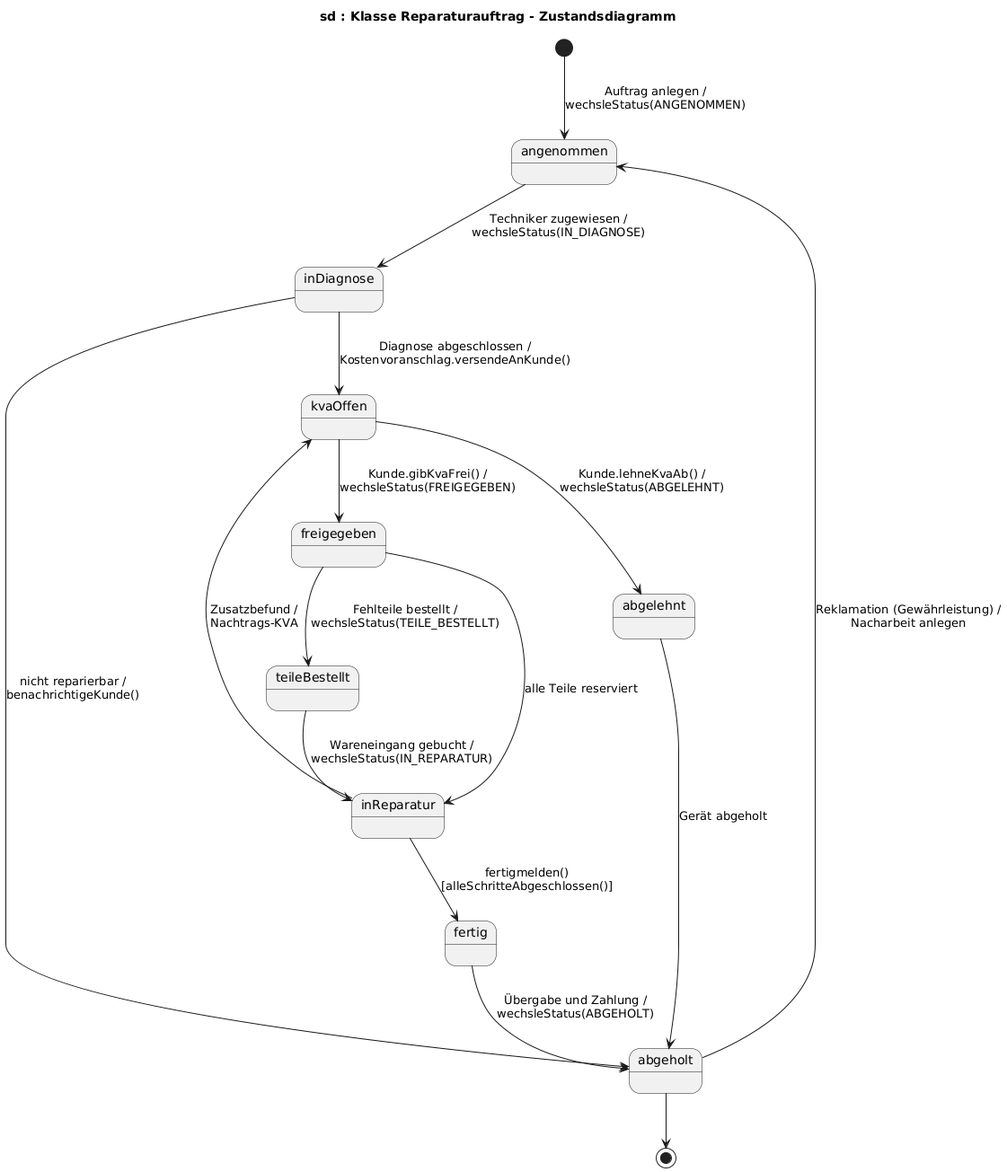
The PlantUML diagram uml/zustand-reparaturauftrag.png in jakobschwan123-cmd/casestudy-semester-3, before a commit.
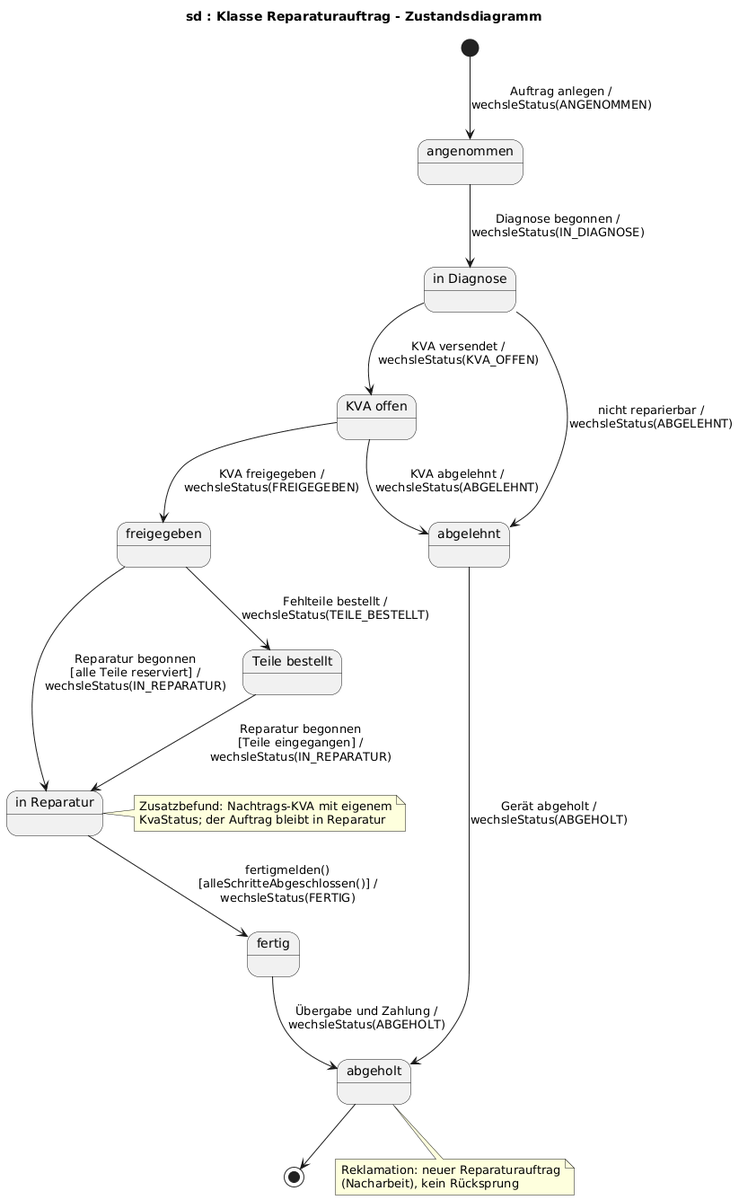
The same diagram one commit later.

The edit, as a diff of the source:
```diff
@@ -1,19 +1,34 @@
 @startuml
 title sd : Klasse Reparaturauftrag - Zustandsdiagramm
 skinparam defaultFontName Arial
+state "angenommen" as angenommen
+state "in Diagnose" as inDiagnose
+state "KVA offen" as kvaOffen
+state "freigegeben" as freigegeben
+state "abgelehnt" as abgelehnt
+state "Teile bestellt" as teileBestellt
+state "in Reparatur" as inReparatur
+state "fertig" as fertig
+state "abgeholt" as abgeholt
 [*] --> angenommen : Auftrag anlegen /\nwechsleStatus(ANGENOMMEN)
-angenommen --> inDiagnose : Techniker zugewiesen /\nwechsleStatus(IN_DIAGNOSE)
-inDiagnose --> kvaOffen : Diagnose abgeschlossen /\nKostenvoranschlag.versendeAnKunde()
-inDiagnose --> abgeholt : nicht reparierbar /\nbenachrichtigeKunde()
-kvaOffen --> freigegeben : Kunde.gibKvaFrei() /\nwechsleStatus(FREIGEGEBEN)
-kvaOffen --> abgelehnt : Kunde.lehneKvaAb() /\nwechsleStatus(ABGELEHNT)
+angenommen --> inDiagnose : Diagnose begonnen /\nwechsleStatus(IN_DIAGNOSE)
+inDiagnose --> kvaOffen : KVA versendet /\nwechsleStatus(KVA_OFFEN)
+inDiagnose --> abgelehnt : nicht reparierbar /\nwechsleStatus(ABGELEHNT)
+kvaOffen --> freigegeben : KVA freigegeben /\nwechsleStatus(FREIGEGEBEN)
+kvaOffen --> abgelehnt : KVA abgelehnt /\nwechsleStatus(ABGELEHNT)
 freigegeben --> teileBestellt : Fehlteile bestellt /\nwechsleStatus(TEILE_BESTELLT)
-freigegeben --> inReparatur : alle Teile reserviert
-teileBestellt --> inReparatur : Wareneingang gebucht /\nwechsleStatus(IN_REPARATUR)
-inReparatur --> kvaOffen : Zusatzbefund /\nNachtrags-KVA
-inReparatur --> fertig : fertigmelden()\n[alleSchritteAbgeschlossen()]
+freigegeben --> inReparatur : Reparatur begonnen\n[alle Teile reserviert] /\nwechsleStatus(IN_REPARATUR)
+teileBestellt --> inReparatur : Reparatur begonnen\n[Teile eingegangen] /\nwechsleStatus(IN_REPARATUR)
+inReparatur --> fertig : fertigmelden()\n[alleSchritteAbgeschlossen()] /\nwechsleStatus(FERTIG)
 fertig --> abgeholt : Übergabe und Zahlung /\nwechsleStatus(ABGEHOLT)
-abgelehnt --> abgeholt : Gerät abgeholt
-abgeholt --> angenommen : Reklamation (Gewährleistung) /\nNacharbeit anlegen
+abgelehnt --> abgeholt : Gerät abgeholt /\nwechsleStatus(ABGEHOLT)
 abgeholt --> [*]
+note right of inReparatur
+  Zusatzbefund: Nachtrags-KVA mit eigenem
+  KvaStatus; der Auftrag bleibt in Reparatur
+end note
+note bottom of abgeholt
+  Reklamation: neuer Reparaturauftrag
+  (Nacharbeit), kein Rücksprung
+end note
 @enduml
```
